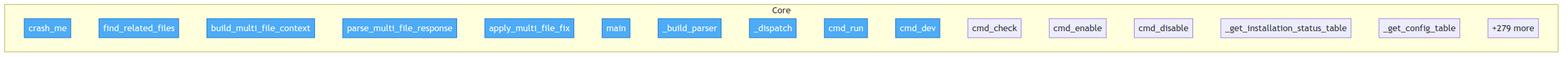
Above: project/flow.png in semcod/pfix (Mermaid), before the change. Its source is kept beside it as project/flow.mmd.
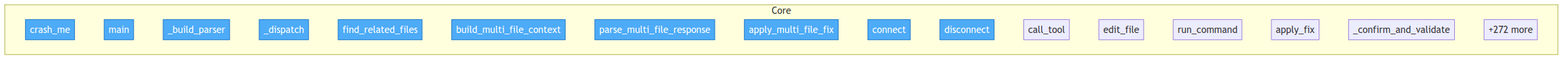
After the commit.

Diff of the diagram source:
```diff
@@ -4,21 +4,21 @@
 
     subgraph Core
         verify_runtime__crash_me["crash_me"]
+        src__pfix__cli__main["main"]
+        src__pfix__cli___build_parser["_build_parser"]
+        src__pfix__cli___dispatch["_dispatch"]
         src__pfix__multi_fix__find_related_files["find_related_files"]
         src__pfix__multi_fix__build_multi_file_context["build_multi_file_context"]
         src__pfix__multi_fix__parse_multi_file_response["parse_multi_file_response"]
         src__pfix__multi_fix__apply_multi_file_fix["apply_multi_file_fix"]
-        src__pfix__cli__main["main"]
-        src__pfix__cli___build_parser["_build_parser"]
-        src__pfix__cli___dispatch["_dispatch"]
-        src__pfix__cli__cmd_run["cmd_run"]
-        src__pfix__cli__cmd_dev["cmd_dev"]
-        src__pfix__cli__cmd_check["cmd_check"]
-        src__pfix__cli__cmd_enable["cmd_enable"]
-        src__pfix__cli__cmd_disable["cmd_disable"]
-        src__pfix__cli___get_installation_status_table["_get_installation_status_table"]
-        src__pfix__cli___get_config_table["_get_config_table"]
-        ...["+279 more"]
+        src__pfix__mcp_client__MCPClient__connect["connect"]
+        src__pfix__mcp_client__MCPClient__disconnect["disconnect"]
+        src__pfix__mcp_client__MCPClient__call_tool["call_tool"]
+        src__pfix__mcp_client__MCPClient__edit_file["edit_file"]
+        src__pfix__mcp_client__MCPClient__run_command["run_command"]
+        src__pfix__fixer__apply_fix["apply_fix"]
+        src__pfix__fixer___confirm_and_validate["_confirm_and_validate"]
+        ...["+272 more"]
     end
 
-    class verify_runtime__crash_me,src__pfix__multi_fix__find_related_files,src__pfix__multi_fix__build_multi_file_context,src__pfix__multi_fix__parse_multi_file_response,src__pfix__multi_fix__apply_multi_file_fix,src__pfix__cli__main,src__pfix__cli___build_parser,src__pfix__cli___dispatch,src__pfix__cli__cmd_run,src__pfix__cli__cmd_dev entry
+    class verify_runtime__crash_me,src__pfix__cli__main,src__pfix__cli___build_parser,src__pfix__cli___dispatch,src__pfix__multi_fix__find_related_files,src__pfix__multi_fix__build_multi_file_context,src__pfix__multi_fix__parse_multi_file_response,src__pfix__multi_fix__apply_multi_file_fix,src__pfix__mcp_client__MCPClient__connect,src__pfix__mcp_client__MCPClient__disconnect entry
```
